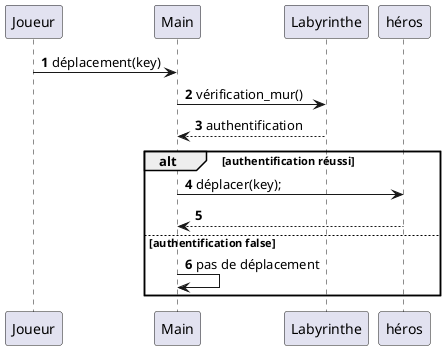
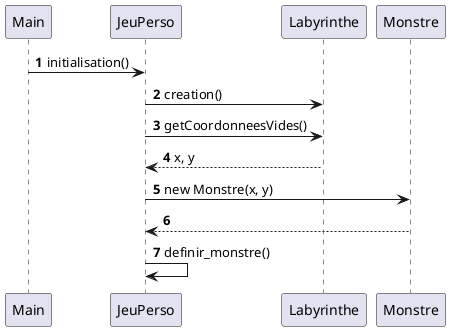
@startuml
'https://plantuml.com/sequence-diagram

autonumber


+ @startuml
+ autonumber

- Joueur -> Main: déplacement(key)
- Main -> Labyrinthe: vérification_mur()
- Labyrinthe --> Main: authentification
- alt authentification réussi
- Main -> héros: déplacer(key);
- Main <-- héros :
- else authentification false
- Main -> Main : pas de déplacement
- end
+ Main -> JeuPerso: initialisation()
+ JeuPerso -> Labyrinthe: creation()
+ 
+ 
+ JeuPerso -> Labyrinthe: getCoordonneesVides()
+ Labyrinthe --> JeuPerso: x, y
+ 
+ 
+ JeuPerso -> Monstre: new Monstre(x, y)
+ JeuPerso <-- Monstre:
+ JeuPerso -> JeuPerso: definir_monstre()
+ 
@enduml